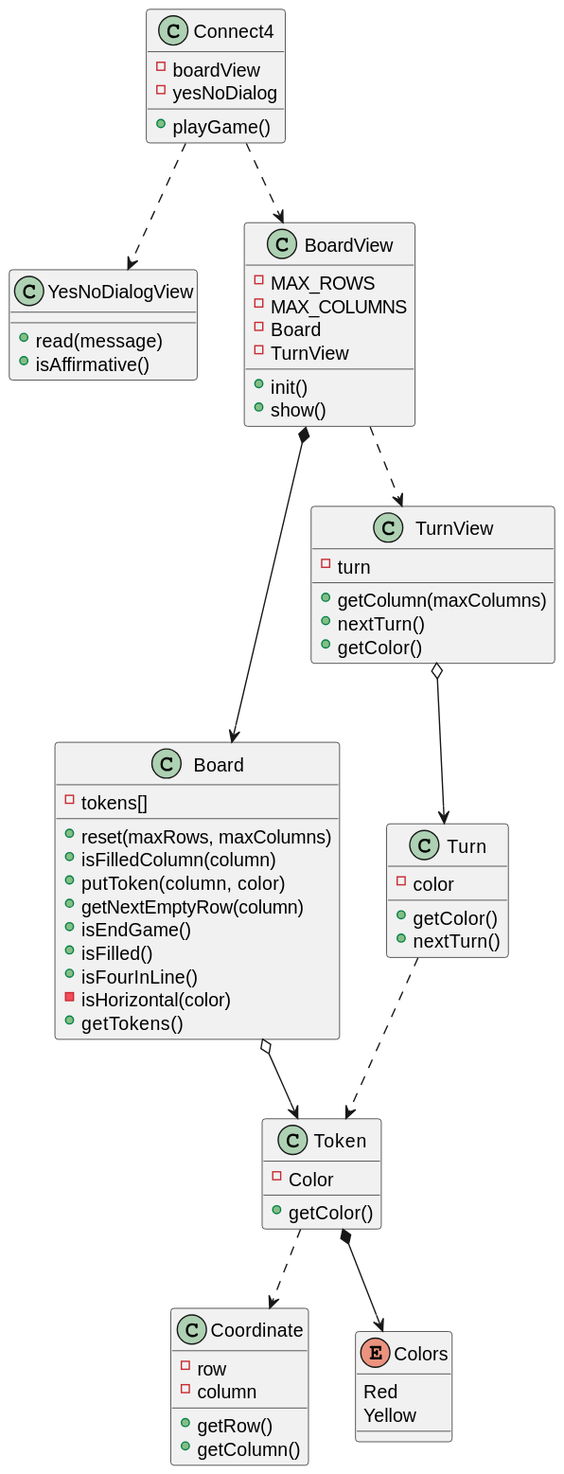
Above: out/UML/softwareModel/softwareModel.svg in jumpering/connect4 (PlantUML), before the change.
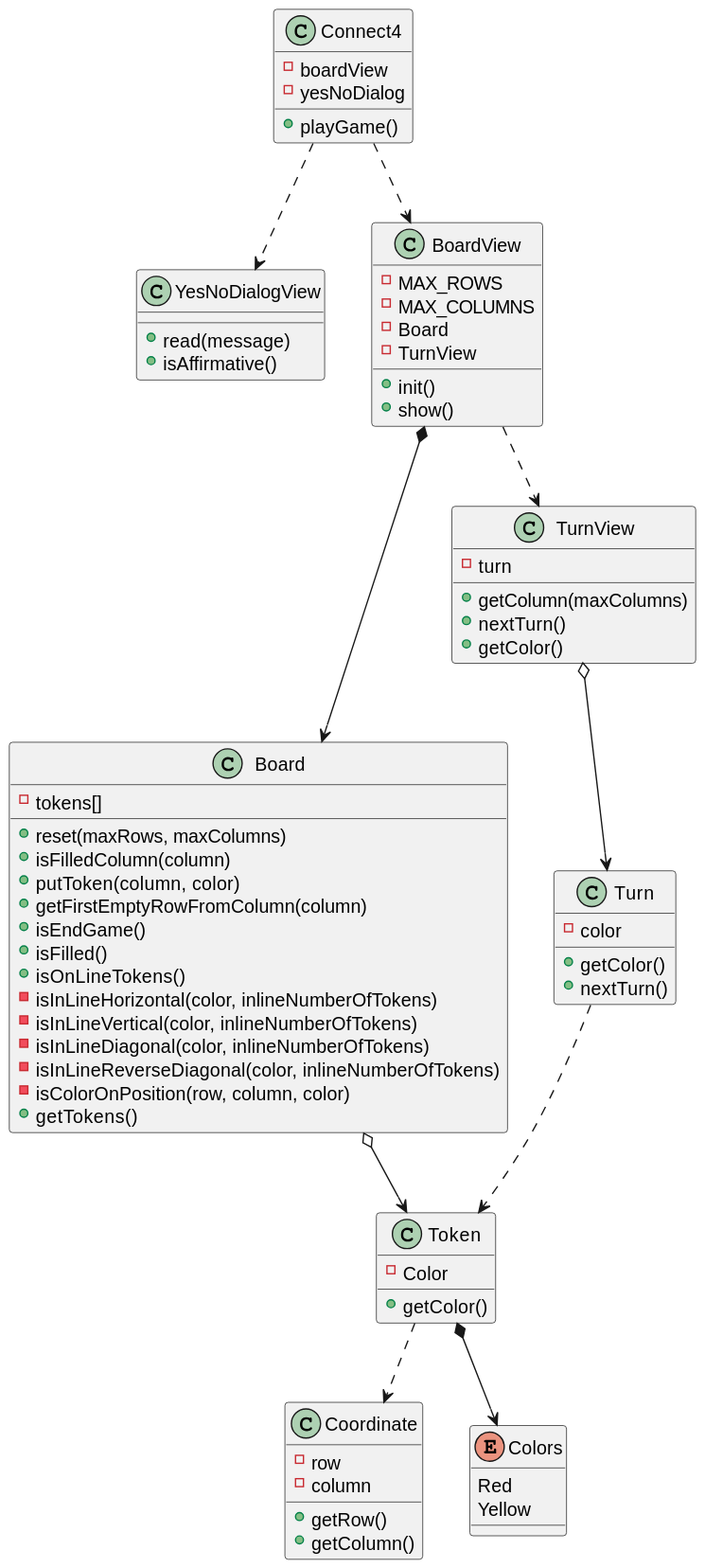
After the commit.

The edit, as a diff of the source:
```diff
@@ -14,11 +14,15 @@
     + reset(maxRows, maxColumns)
     + isFilledColumn(column)
     + putToken(column, color)
-    + getNextEmptyRow(column)
+    + getFirstEmptyRowFromColumn(column)
     + isEndGame()
     + isFilled()
-    + isFourInLine()
-    - isHorizontal(color)
+    + isOnLineTokens()
+    - isInLineHorizontal(color, inlineNumberOfTokens)
+    - isInLineVertical(color, inlineNumberOfTokens)
+    - isInLineDiagonal(color, inlineNumberOfTokens)
+    - isInLineReverseDiagonal(color, inlineNumberOfTokens)
+    - isColorOnPosition(row, column, color)
     + getTokens()
 }
 class BoardView{
```
